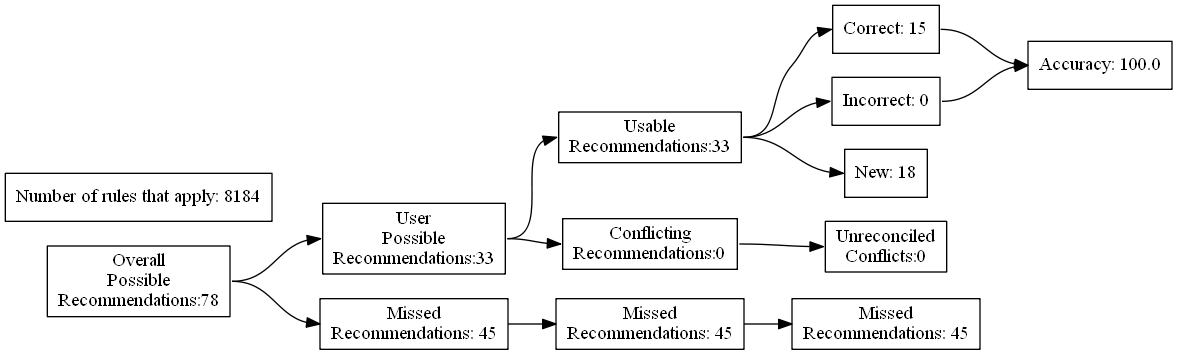
Above: test_renders/15.gv.png in ZaxR/ibd_diet_analysis (Graphviz), before the change. Its source is kept beside it as test_renders/15.gv.
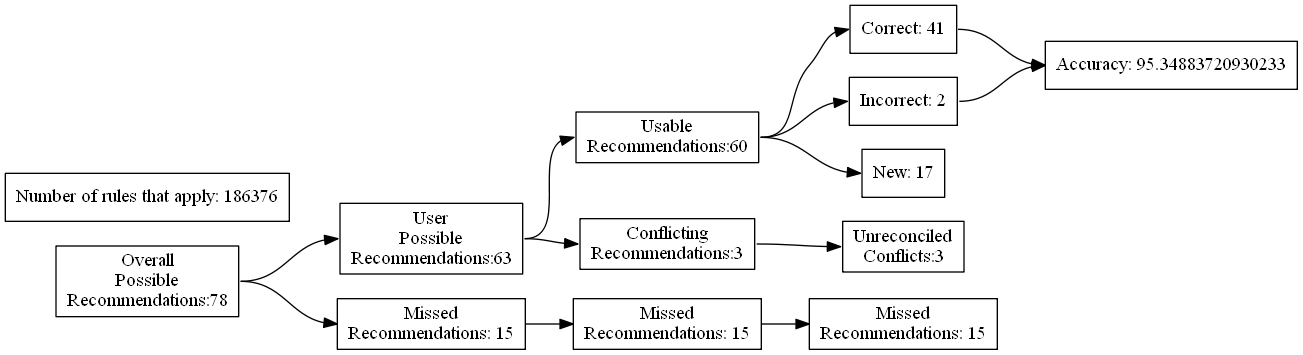
Above is the later version.

What changed in the source:
```diff
@@ -7,24 +7,24 @@
 Recommendations:78"]
 		B [label="User
 Possible
-Recommendations:33"]
+Recommendations:63"]
 		C [label="Missed
-Recommendations: 45"]
+Recommendations: 15"]
 		D [label="Usable
-Recommendations:33"]
+Recommendations:60"]
 		E [label="Conflicting
-Recommendations:0"]
+Recommendations:3"]
 		J [label="Missed
-Recommendations: 45"]
+Recommendations: 15"]
 		M [label="Unreconciled
-Conflicts:0"]
-		F [label="Correct: 15"]
-		G [label="Incorrect: 0"]
-		H [label="New: 18"]
+Conflicts:3"]
+		F [label="Correct: 41"]
+		G [label="Incorrect: 2"]
+		H [label="New: 17"]
 		K [label="Missed
-Recommendations: 45"]
-		I [label="Accuracy: 100.0"]
-		l [label="Number of rules that apply: 8184"]
+Recommendations: 15"]
+		I [label="Accuracy: 95.34883720930233"]
+		l [label="Number of rules that apply: 186376"]
 			A -> B
 			A -> C
 			B -> D
```
